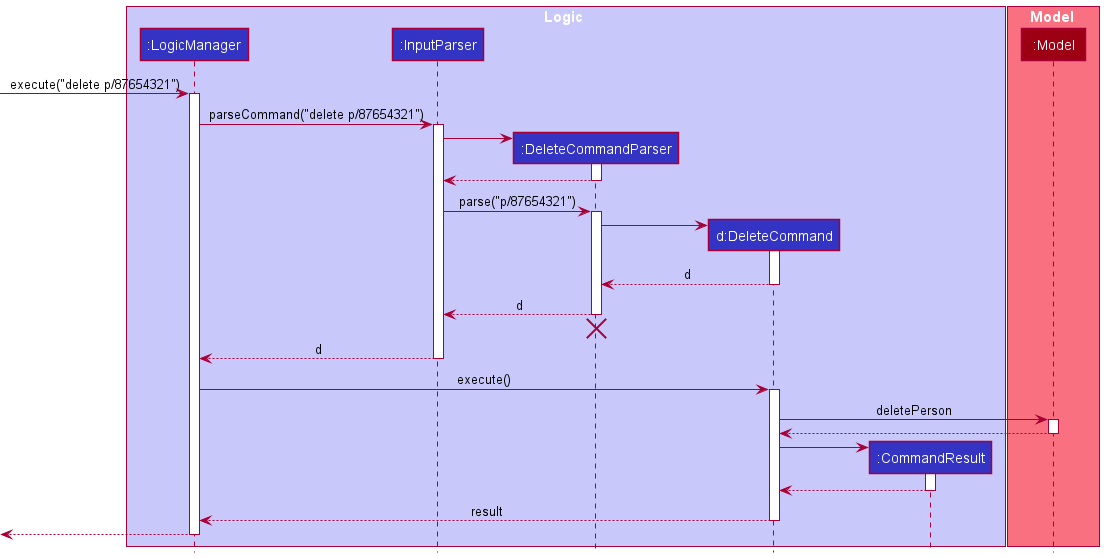
vigneshsankariyer1234567890/tp keeps this PlantUML diagram as docs/images/DeleteSequenceDiagram.png. Above is the earlier version. Its diagram source:
```plantuml
@startuml
!include style.puml

box Logic LOGIC_COLOR_T1
participant ":LogicManager" as LogicManager LOGIC_COLOR
participant ":InputParser" as InputParser LOGIC_COLOR
participant ":DeleteCommandParser" as DeleteCommandParser LOGIC_COLOR
participant "d:DeleteCommand" as DeleteCommand LOGIC_COLOR
participant ":CommandResult" as CommandResult LOGIC_COLOR
end box

box Model MODEL_COLOR_T1
participant ":Model" as Model MODEL_COLOR
end box

[-> LogicManager : execute("delete p/87654321")
activate LogicManager

LogicManager -> InputParser : parseCommand("delete p/87654321")
activate InputParser

create DeleteCommandParser
InputParser -> DeleteCommandParser
activate DeleteCommandParser

DeleteCommandParser --> InputParser
deactivate DeleteCommandParser


InputParser -> DeleteCommandParser : parse("p/87654321")
activate DeleteCommandParser

create DeleteCommand
DeleteCommandParser -> DeleteCommand
activate DeleteCommand

DeleteCommand --> DeleteCommandParser : d
deactivate DeleteCommand

DeleteCommandParser --> InputParser : d
deactivate DeleteCommandParser
DeleteCommandParser -[hidden]-> InputParser
destroy DeleteCommandParser

InputParser --> LogicManager : d
deactivate InputParser

LogicManager -> DeleteCommand : execute()
activate DeleteCommand

DeleteCommand -> Model : deletePerson
activate Model

Model --> DeleteCommand
deactivate Model

create CommandResult
DeleteCommand -> CommandResult
activate CommandResult

CommandResult --> DeleteCommand
deactivate CommandResult

DeleteCommand --> LogicManager : result
deactivate DeleteCommand

[<--LogicManager
deactivate LogicManager
@enduml
```
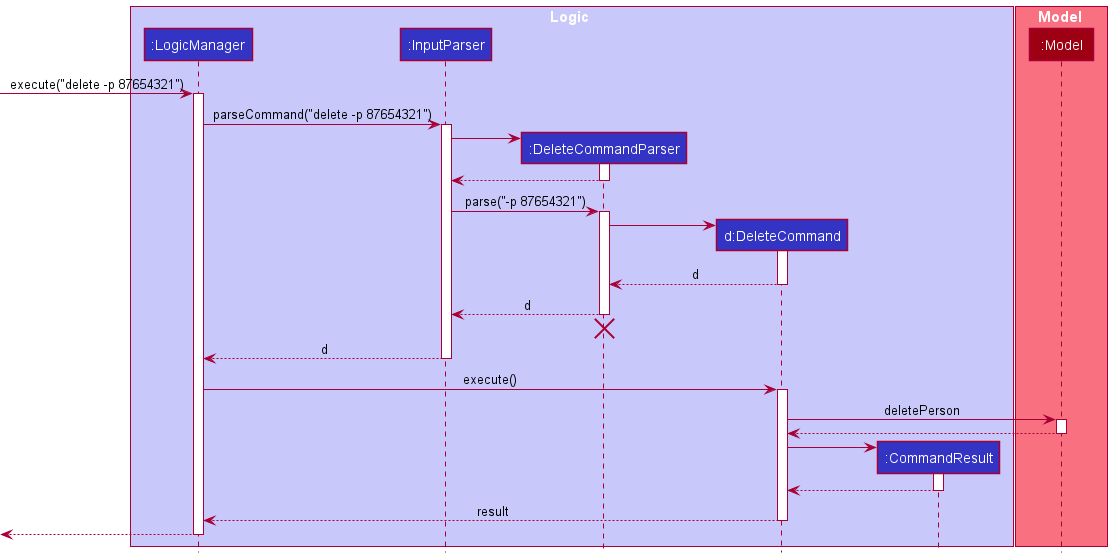
Later version of the same file.

Change to the diagram source:
```diff
@@ -13,10 +13,10 @@
 participant ":Model" as Model MODEL_COLOR
 end box
 
-[-> LogicManager : execute("delete p/87654321")
+[-> LogicManager : execute("delete -p 87654321")
 activate LogicManager
 
-LogicManager -> InputParser : parseCommand("delete p/87654321")
+LogicManager -> InputParser : parseCommand("delete -p 87654321")
 activate InputParser
 
 create DeleteCommandParser
@@ -27,7 +27,7 @@
 deactivate DeleteCommandParser
 
 
-InputParser -> DeleteCommandParser : parse("p/87654321")
+InputParser -> DeleteCommandParser : parse("-p 87654321")
 activate DeleteCommandParser
 
 create DeleteCommand
```
